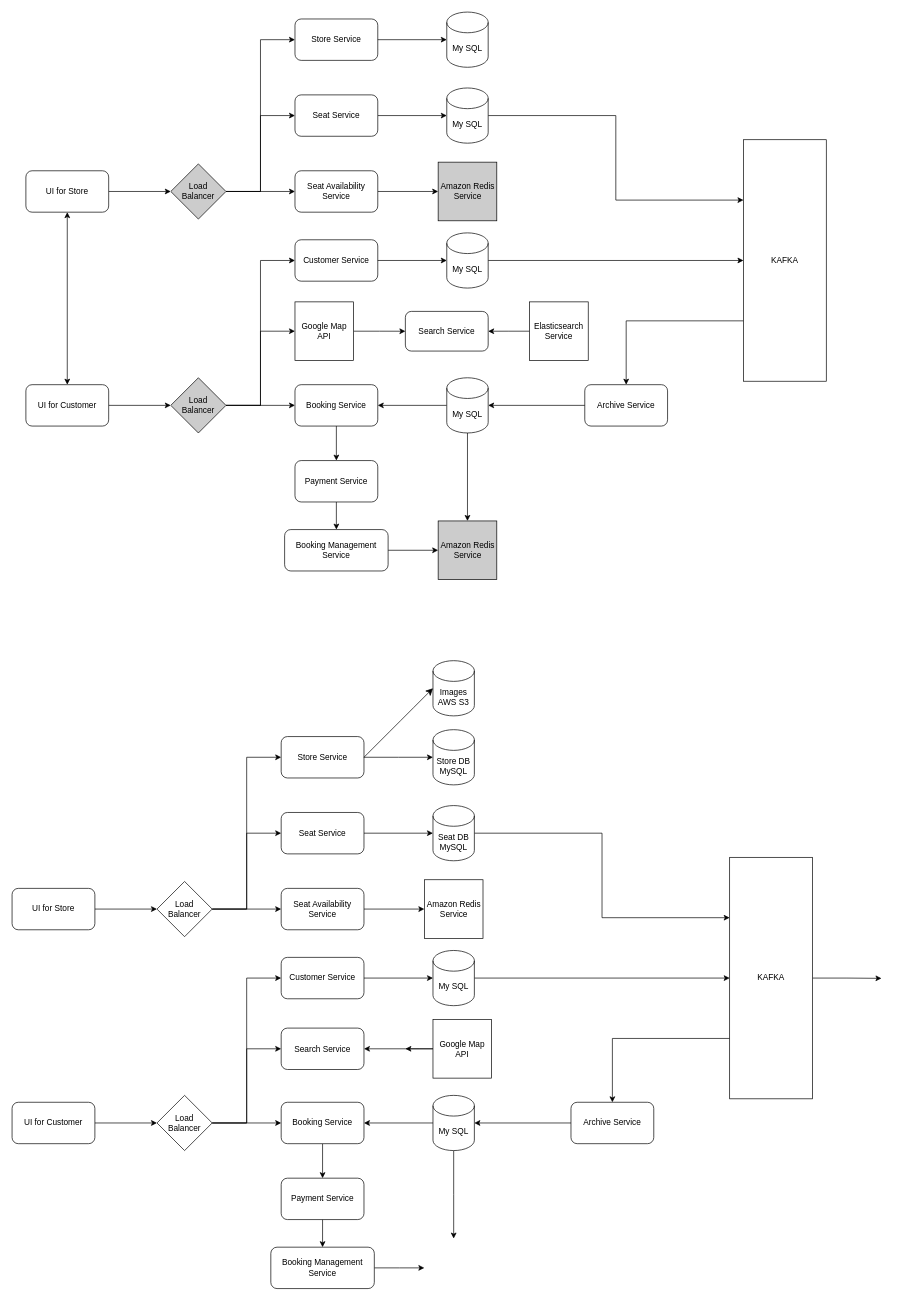
Earlier version of the draw.io diagram Untitled Diagram.drawio (dodooodo/feplace). Source tidied: cells renumbered, new cells numbered last; positions are measured from the earlier drawing's top-left corner, leaving out a move shared by most shapes. Both pictures are drawn from the tidied source at 69%, with x=0, y=0 at pixel (12, 12).
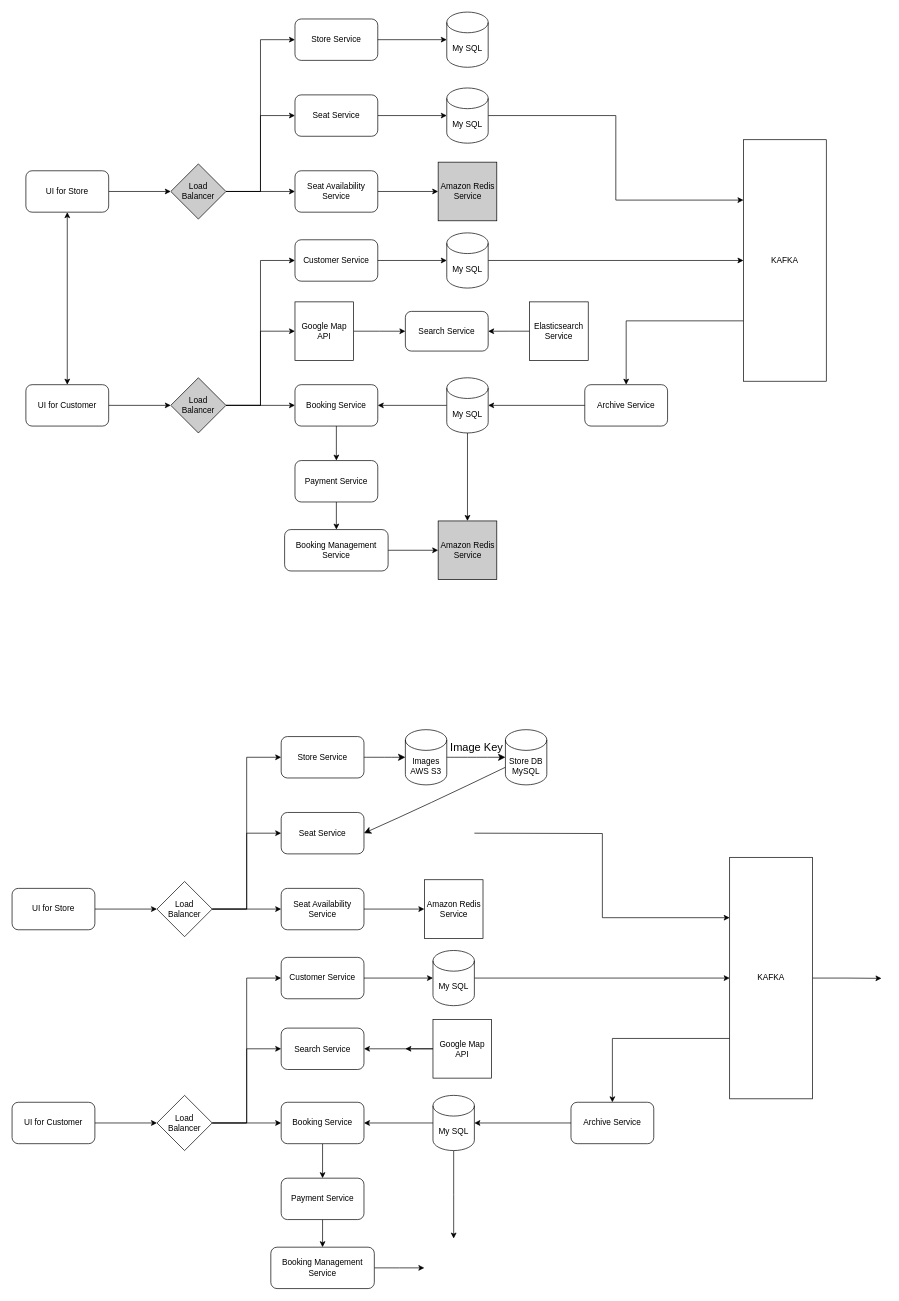
After the change.

Unchanged cells that the change refers to:
```xml
<mxCell id="55" value="Store Service" style="rounded=1;whiteSpace=wrap;html=1;" parent="1" vertex="1">
  <mxGeometry x="390" y="1050" width="120" height="60" as="geometry" />
</mxCell>
<mxCell id="79" value="KAFKA" style="rounded=0;whiteSpace=wrap;html=1;" parent="1" vertex="1">
  <mxGeometry x="1040" y="1225" width="120" height="350" as="geometry" />
</mxCell>
<mxCell id="81" value="Seat Service" style="rounded=1;whiteSpace=wrap;html=1;" parent="1" vertex="1">
  <mxGeometry x="390" y="1160" width="120" height="60" as="geometry" />
</mxCell>
```

What changed in the source:
```diff
@@
-    <mxCell id="65" style="edgeStyle=orthogonalEdgeStyle;rounded=0;jettySize=auto;html=1;exitX=1;exitY=0.5;exitDx=0;exitDy=0;entryX=0;entryY=0.5;entryDx=0;entryDy=0;entryPerimeter=0;" parent="1" edge="1" source="55">
-      <mxGeometry relative="1" as="geometry">
-        <mxPoint x="610" y="1080" as="targetPoint" />
-      </mxGeometry>
-    </mxCell>
@@
-    <mxCell id="80" style="edgeStyle=orthogonalEdgeStyle;rounded=0;jettySize=auto;html=1;exitX=1;exitY=0.5;exitDx=0;exitDy=0;" parent="1" edge="1" source="81" target="83">
-      <mxGeometry relative="1" as="geometry" />
-    </mxCell>
@@
-    <mxCell id="82" style="edgeStyle=orthogonalEdgeStyle;rounded=0;jettySize=auto;html=1;exitX=1;exitY=0.5;exitDx=0;exitDy=0;exitPerimeter=0;entryX=0;entryY=0.25;entryDx=0;entryDy=0;" parent="1" edge="1" source="83" target="79">
-      <mxGeometry relative="1" as="geometry" />
+    <mxCell id="82" style="edgeStyle=orthogonalEdgeStyle;rounded=0;jettySize=auto;html=1;exitX=1;exitY=0.5;exitDx=0;exitDy=0;exitPerimeter=0;entryX=0;entryY=0.25;entryDx=0;entryDy=0;" parent="1" edge="1" target="79">
+      <mxGeometry relative="1" as="geometry">
+        <mxPoint x="670" y="1190" as="sourcePoint" />
+      </mxGeometry>
     </mxCell>
-    <mxCell id="83" value="&lt;div&gt;Seat DB&lt;/div&gt;MySQL" style="shape=cylinder3;whiteSpace=wrap;html=1;boundedLbl=1;backgroundOutline=1;size=15;" parent="1" vertex="1">
-      <mxGeometry x="610" y="1150" width="60" height="80" as="geometry" />
-    </mxCell>
@@
+    <mxCell id="94" style="edgeStyle=none;curved=1;rounded=0;jettySize=auto;html=1;entryX=1;entryY=0.5;entryDx=0;entryDy=0;fontSize=12;startSize=8;endSize=8;" parent="1" edge="1" source="86" target="81">
+      <mxGeometry relative="1" as="geometry">
+        <Array as="points">
+          <mxPoint x="600" y="1150" />
+        </Array>
+      </mxGeometry>
+    </mxCell>
     <mxCell id="86" value="Store DB&lt;div&gt;MySQL&lt;/div&gt;" style="shape=cylinder3;whiteSpace=wrap;html=1;boundedLbl=1;backgroundOutline=1;size=15;" parent="1" vertex="1">
-      <mxGeometry x="610" y="1040" width="60" height="80" as="geometry" />
+      <mxGeometry x="715" y="1040" width="60" height="80" as="geometry" />
     </mxCell>
     <mxCell id="87" value="&lt;div&gt;Images&lt;/div&gt;AWS S3" style="shape=cylinder3;whiteSpace=wrap;html=1;boundedLbl=1;backgroundOutline=1;size=15;" parent="1" vertex="1">
-      <mxGeometry x="610" y="940" width="60" height="80" as="geometry" />
+      <mxGeometry x="570" y="1040" width="60" height="80" as="geometry" />
     </mxCell>
@@
+    <mxCell id="95" style="edgeStyle=none;curved=1;rounded=0;jettySize=auto;html=1;fontSize=12;startSize=8;endSize=8;entryX=0;entryY=0.5;entryDx=0;entryDy=0;entryPerimeter=0;" parent="1" edge="1" source="87" target="86">
+      <mxGeometry relative="1" as="geometry" />
+    </mxCell>
@@
+    <mxCell id="96" value="Image Key" style="text;html=1;align=center;verticalAlign=middle;strokeColor=none;fillColor=none;fontSize=16;" parent="1" vertex="1">
+      <mxGeometry x="622.5" y="1050" width="100" height="30" as="geometry" />
+    </mxCell>
```
